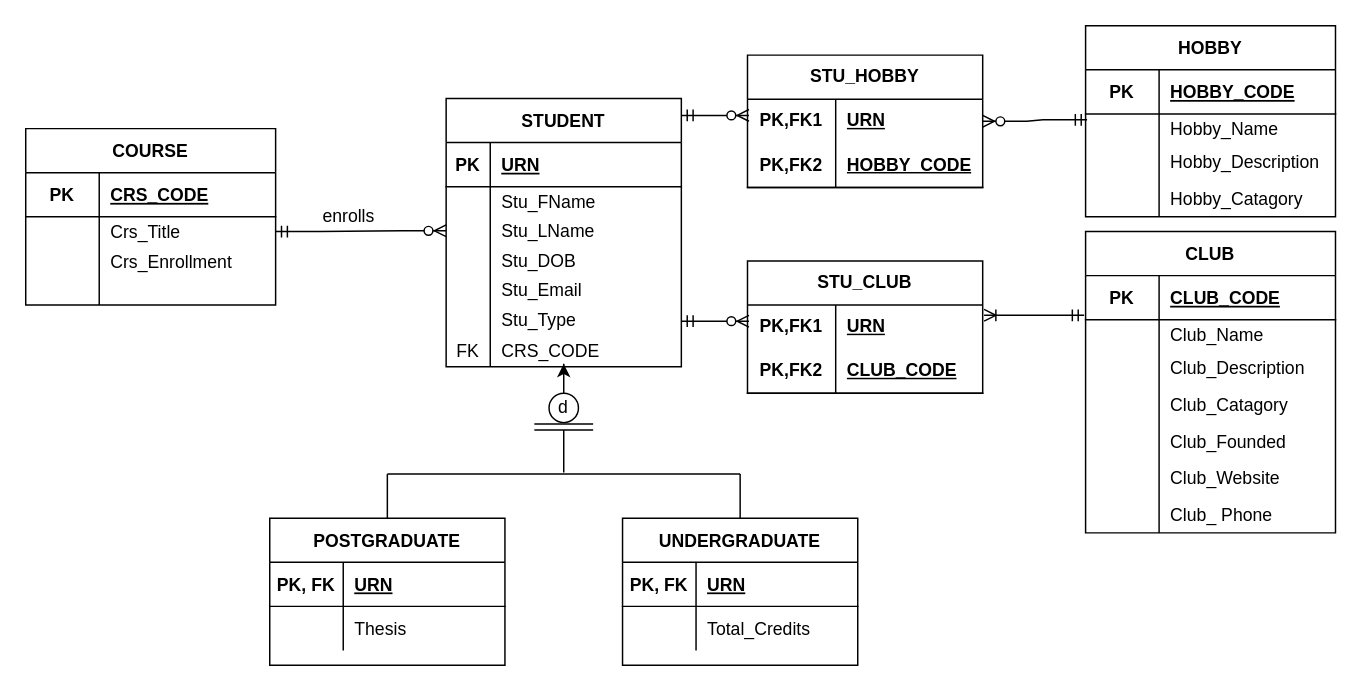
Above: coursework-EERD.drawio in Fin-JNINJA/webdatabasechristmas (draw.io), before the change. Source tidied: cells renumbered, new cells numbered last; positions are measured from the earlier drawing's top-left corner, leaving out a move shared by most shapes. Both pictures are drawn from the tidied source at 147%, with x=0, y=0 at pixel (25, 25).
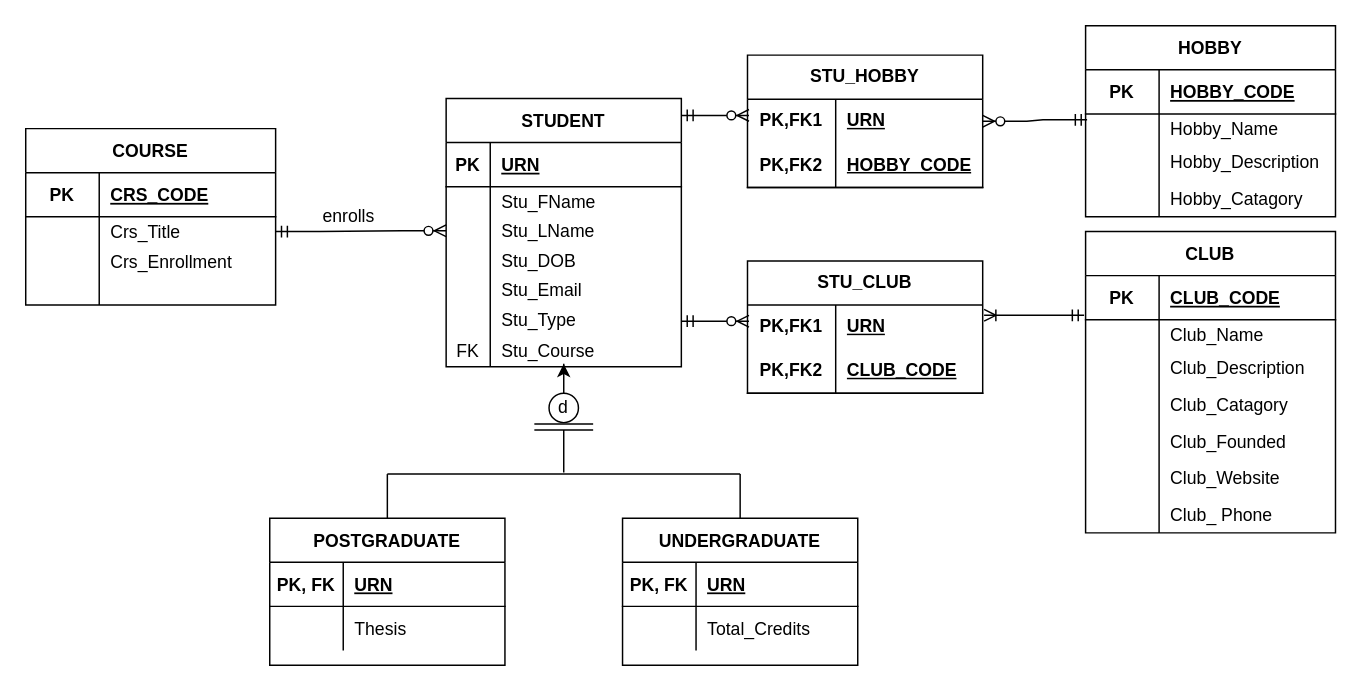
After the change.

Unchanged cells that the change refers to:
```xml
<mxCell id="22" style="shape=partialRectangle;fillColor=none;top=0;left=0;right=0;bottom=0;" parent="3" vertex="1">
  <mxGeometry y="161" width="160" height="21" as="geometry" />
</mxCell>
```

What changed in the source:
```diff
@@
-    <mxCell id="24" value="CRS_CODE" style="shape=partialRectangle;overflow=hidden;fillColor=none;top=0;left=0;bottom=0;right=0;align=left;spacingLeft=6;" parent="22" vertex="1">
+    <mxCell id="24" value="Stu_Course" style="shape=partialRectangle;overflow=hidden;fillColor=none;top=0;left=0;bottom=0;right=0;align=left;spacingLeft=6;" parent="22" vertex="1">
       <mxGeometry x="30" width="130" height="21" as="geometry" />
     </mxCell>
```
